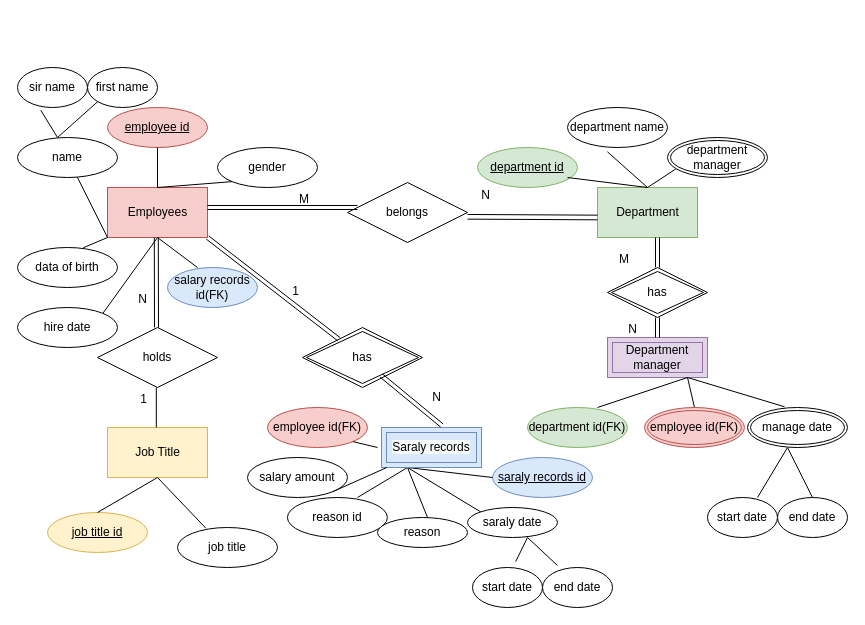
This is page "Page-2 additional info" (3 of 7) of Untitled Diagram.drawio from eminishimoto/db_ca1, a draw.io file, before an edit. Source tidied: cells renumbered, new cells numbered last; positions are measured from the earlier drawing's top-left corner, leaving out a move shared by most shapes. Both pictures are drawn from the tidied source at 100%, with x=0, y=0 at pixel (17, 67).
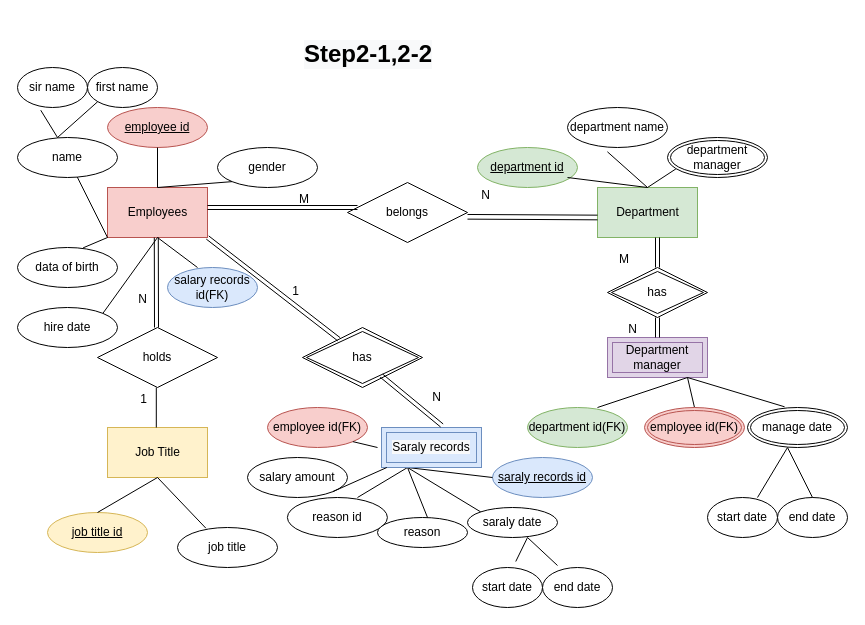
The same page after the edit.

Change to the diagram source:
```diff
@@
+    <mxCell id="71" value="&lt;h1 style=&quot;color: rgb(0, 0, 0); font-family: Helvetica; font-style: normal; font-variant-ligatures: normal; font-variant-caps: normal; letter-spacing: normal; orphans: 2; text-align: left; text-indent: 0px; text-transform: none; widows: 2; word-spacing: 0px; -webkit-text-stroke-width: 0px; background-color: rgb(248, 249, 250); text-decoration-thickness: initial; text-decoration-style: initial; text-decoration-color: initial;&quot;&gt;Step2-1,2-2&lt;/h1&gt;" style="text;whiteSpace=wrap;html=1;" parent="1" vertex="1">
+      <mxGeometry x="285" y="-50" width="170" height="80" as="geometry" />
+    </mxCell>
```
